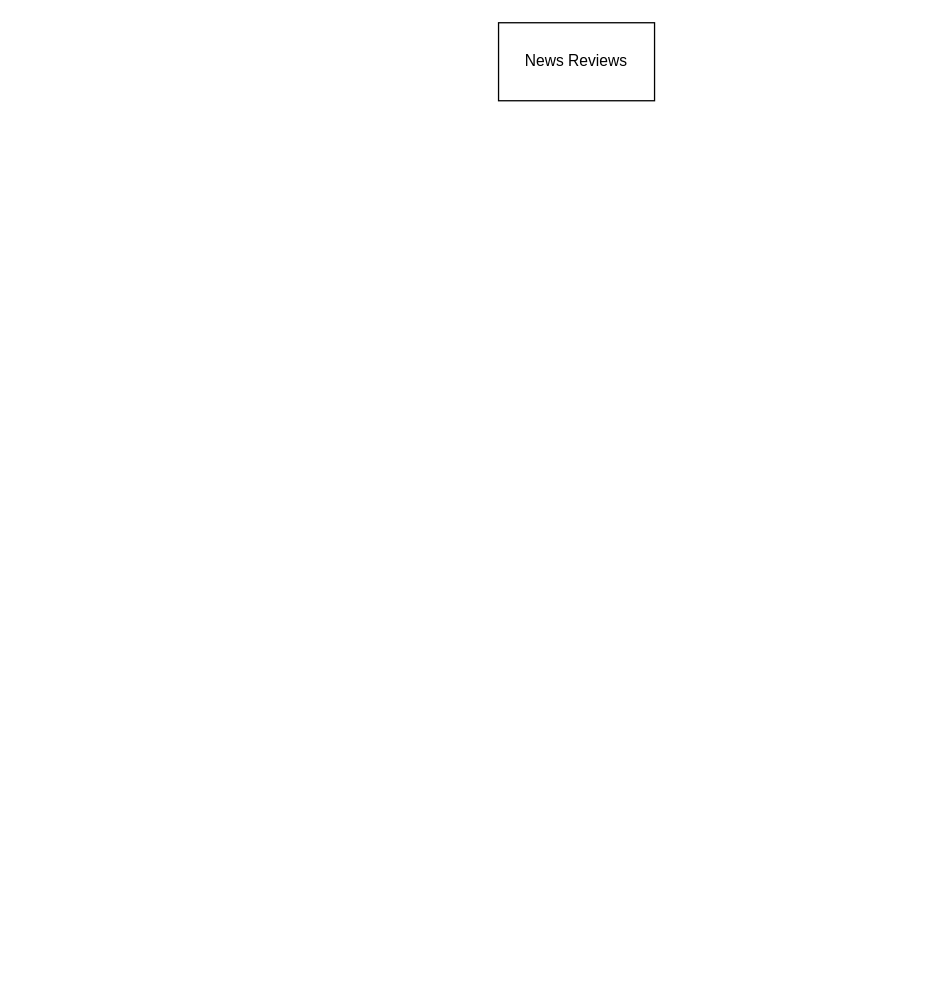
madhurjyathegreat/Files keeps this draw.io diagram as Untitled Diagram.drawio. Above is the earlier version. Source tidied: cells renumbered, new cells numbered last; positions are measured from the earlier drawing's top-left corner, leaving out a move shared by most shapes. Both pictures are drawn from the tidied source at 130%, with x=0, y=0 at pixel (498, 22).
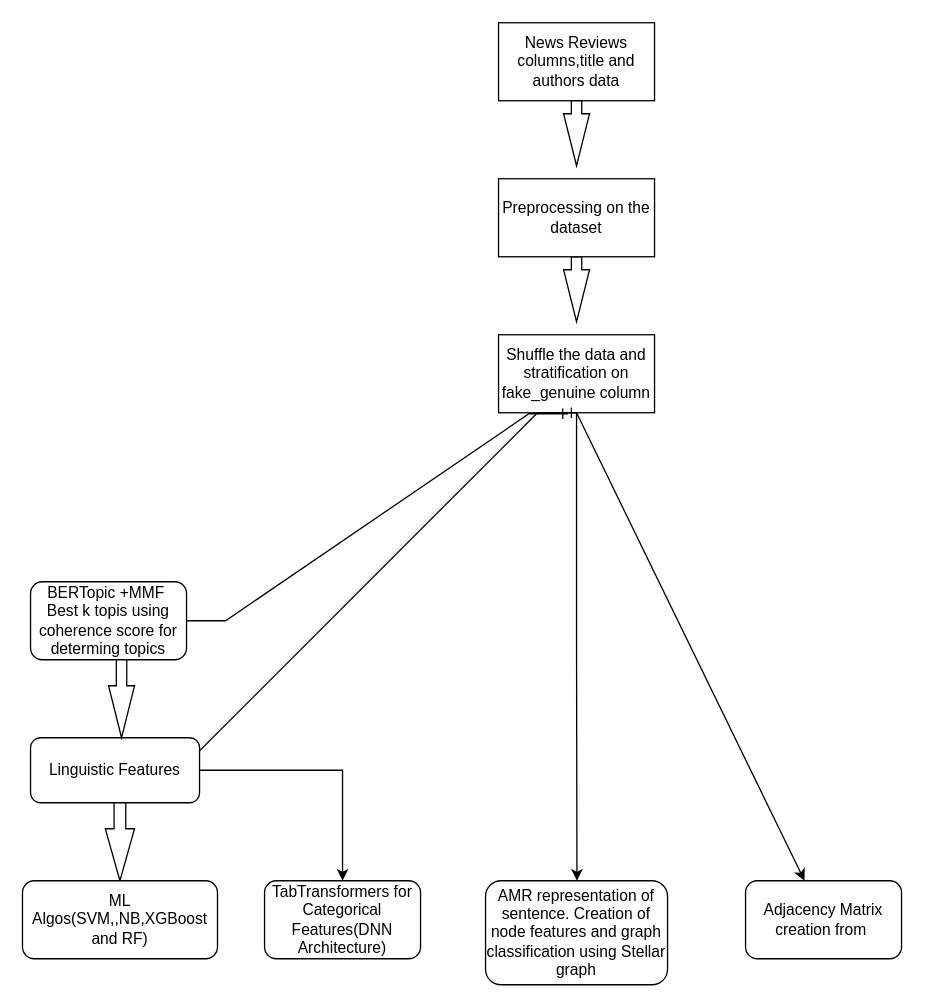
The same page after the edit.

Commit message:
architecture_backup1

What changed in the source:
```diff
@@
-    <mxCell id="2" value="News Reviews" style="rounded=0;whiteSpace=wrap;html=1;" parent="1" vertex="1">
+    <mxCell id="2" value="News Reviews&lt;br&gt;columns,title and authors data" style="rounded=0;whiteSpace=wrap;html=1;" parent="1" vertex="1">
       <mxGeometry width="120" height="60" as="geometry" />
     </mxCell>
+    <mxCell id="3" style="html=1;shadow=0;dashed=0;align=center;verticalAlign=middle;shape=mxgraph.arrows2.arrow;dy=0.6;dx=40;direction=south;notch=0;" parent="1" vertex="1">
+      <mxGeometry x="50" y="60" width="20" height="50" as="geometry" />
+    </mxCell>
+    <mxCell id="4" style="edgeStyle=orthogonalEdgeStyle;rounded=0;jettySize=auto;html=1;exitX=0.5;exitY=1;exitDx=0;exitDy=0;" parent="1" edge="1" source="5">
+      <mxGeometry relative="1" as="geometry">
+        <mxPoint x="60.3" y="660" as="targetPoint" />
+      </mxGeometry>
+    </mxCell>
+    <mxCell id="5" value="Shuffle the data and stratification on fake_genuine column" style="rounded=0;whiteSpace=wrap;html=1;" parent="1" vertex="1">
+      <mxGeometry y="240" width="120" height="60" as="geometry" />
+    </mxCell>
+    <mxCell id="6" style="html=1;shadow=0;dashed=0;align=center;verticalAlign=middle;shape=mxgraph.arrows2.arrow;dy=0.6;dx=40;direction=south;notch=0;" parent="1" vertex="1">
+      <mxGeometry x="50" y="180" width="20" height="50" as="geometry" />
+    </mxCell>
+    <mxCell id="7" value="Preprocessing on the dataset" style="rounded=0;whiteSpace=wrap;html=1;" parent="1" vertex="1">
+      <mxGeometry y="120" width="120" height="60" as="geometry" />
+    </mxCell>
+    <mxCell id="8" style="edgeStyle=entityRelationEdgeStyle;fontSize=12;html=1;endArrow=ERone;endFill=1;rounded=0;entryX=0.445;entryY=1.013;entryDx=0;entryDy=0;entryPerimeter=0;" parent="1" edge="1" target="5">
+      <mxGeometry relative="1" as="geometry">
+        <mxPoint x="-240" y="460" as="sourcePoint" />
+      </mxGeometry>
+    </mxCell>
+    <mxCell id="9" value="BERTopic +MMF&amp;nbsp;&lt;br&gt;Best k topis using coherence score for determing topics" style="rounded=1;whiteSpace=wrap;html=1;" parent="1" vertex="1">
+      <mxGeometry x="-360" y="430" width="120" height="60" as="geometry" />
+    </mxCell>
+    <mxCell id="10" style="edgeStyle=entityRelationEdgeStyle;fontSize=12;html=1;endArrow=ERone;endFill=1;rounded=0;entryX=0.5;entryY=1;entryDx=0;entryDy=0;" parent="1" edge="1" target="5">
+      <mxGeometry relative="1" as="geometry">
+        <mxPoint x="-290" y="590" as="sourcePoint" />
+      </mxGeometry>
+    </mxCell>
+    <mxCell id="11" style="edgeStyle=orthogonalEdgeStyle;rounded=0;jettySize=auto;html=1;exitX=1;exitY=0.5;exitDx=0;exitDy=0;" parent="1" edge="1" source="12" target="17">
+      <mxGeometry relative="1" as="geometry" />
+    </mxCell>
+    <mxCell id="12" value="Linguistic Features" style="rounded=1;whiteSpace=wrap;html=1;" parent="1" vertex="1">
+      <mxGeometry x="-360" y="550" width="130" height="50" as="geometry" />
+    </mxCell>
+    <mxCell id="13" style="html=1;shadow=0;dashed=0;align=center;verticalAlign=middle;shape=mxgraph.arrows2.arrow;dy=0.6;dx=40;direction=south;notch=0;" parent="1" vertex="1">
+      <mxGeometry x="-302.5" y="600" width="22.5" height="60" as="geometry" />
+    </mxCell>
+    <mxCell id="14" style="html=1;shadow=0;dashed=0;align=center;verticalAlign=middle;shape=mxgraph.arrows2.arrow;dy=0.6;dx=40;direction=south;notch=0;" parent="1" vertex="1">
+      <mxGeometry x="-300" y="490" width="20" height="60" as="geometry" />
+    </mxCell>
+    <mxCell id="15" value="ML Algos(SVM,,NB,XGBoost&lt;br&gt;and RF)" style="rounded=1;whiteSpace=wrap;html=1;" parent="1" vertex="1">
+      <mxGeometry x="-366.2" y="660" width="150" height="60" as="geometry" />
+    </mxCell>
+    <mxCell id="16" style="edgeStyle=orthogonalEdgeStyle;rounded=0;orthogonalLoop=1;jettySize=auto;html=1;exitX=0.5;exitY=1;exitDx=0;exitDy=0;" parent="1" edge="1" source="15" target="15">
+      <mxGeometry relative="1" as="geometry" />
+    </mxCell>
+    <mxCell id="17" value="TabTransformers for Categorical Features(DNN Architecture)" style="rounded=1;whiteSpace=wrap;html=1;" parent="1" vertex="1">
+      <mxGeometry x="-180" y="660" width="120" height="60" as="geometry" />
+    </mxCell>
+    <mxCell id="18" value="AMR representation of sentence. Creation of node features and graph classification using Stellar graph" style="rounded=1;whiteSpace=wrap;html=1;" parent="1" vertex="1">
+      <mxGeometry x="-10" y="660" width="140" height="80" as="geometry" />
+    </mxCell>
+    <mxCell id="19" style="endArrow=classic;html=1;rounded=0;" parent="1" edge="1" target="20">
+      <mxGeometry relative="1" as="geometry">
+        <mxPoint x="60" y="300" as="sourcePoint" />
+      </mxGeometry>
+    </mxCell>
+    <mxCell id="20" value="Adjacency Matrix creation from&amp;nbsp;" style="rounded=1;whiteSpace=wrap;html=1;" parent="1" vertex="1">
+      <mxGeometry x="190" y="660" width="120" height="60" as="geometry" />
+    </mxCell>
```
